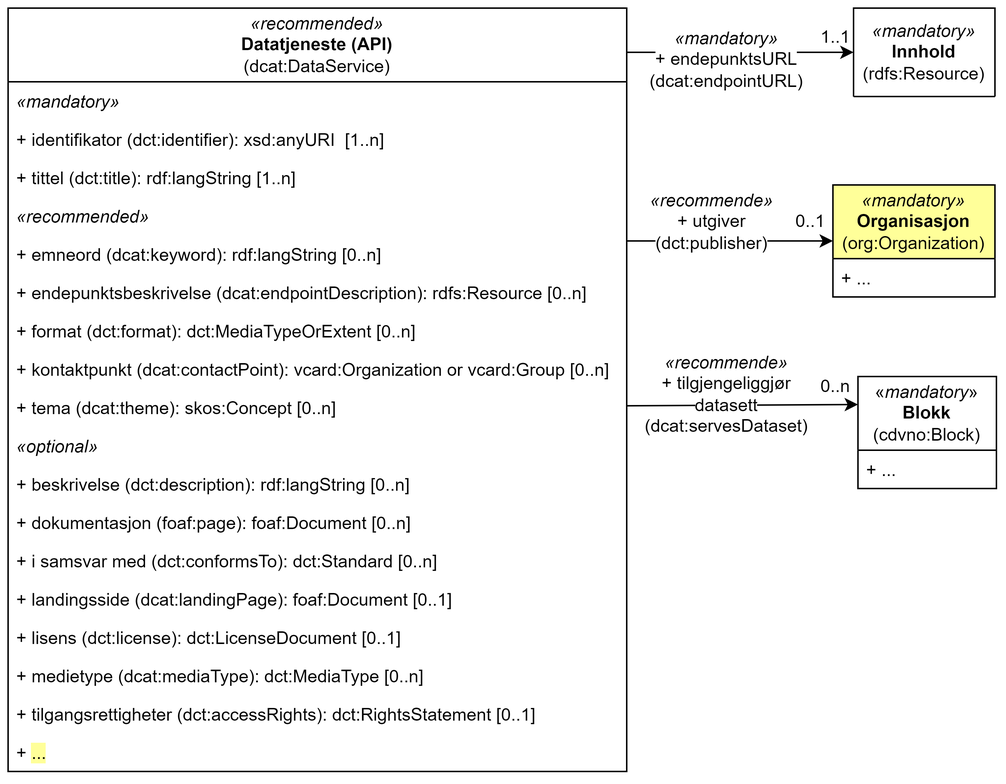
Informasjonsforvaltning/cdvno keeps this draw.io diagram as docs/images/cdvno-dataservice.png. Above is the earlier version. Source tidied: cells renumbered, new cells last; positions are measured from the earlier drawing's top-left corner, leaving out a move shared by most shapes. Its diagram source:
```xml
<mxGraphModel>
  <root>
    <mxCell id="0" />
    <mxCell id="1" parent="0" />
    <mxCell id="2" value="&lt;i style=&quot;border-color: var(--border-color);&quot;&gt;«mandatory»&lt;/i&gt;&lt;br style=&quot;border-color: var(--border-color);&quot;&gt;&lt;b style=&quot;border-color: var(--border-color);&quot;&gt;Innhold&lt;br style=&quot;border-color: var(--border-color);&quot;&gt;&lt;/b&gt;(rdfs:Resource)" style="swimlane;fontStyle=0;horizontal=1;startSize=80;fillColor=none;whiteSpace=wrap;html=1;" parent="1" vertex="1">
      <mxGeometry x="574" width="96" height="60" as="geometry" />
    </mxCell>
    <mxCell id="3" value="&lt;i style=&quot;border-color: var(--border-color);&quot;&gt;«recommended»&lt;/i&gt;&lt;br style=&quot;border-color: var(--border-color);&quot;&gt;&lt;b style=&quot;border-color: var(--border-color);&quot;&gt;Datatjeneste (API)&lt;br style=&quot;border-color: var(--border-color);&quot;&gt;&lt;/b&gt;(dcat:DataService)" style="swimlane;fontStyle=0;horizontal=1;startSize=50;fillColor=none;whiteSpace=wrap;html=1;" parent="1" vertex="1">
      <mxGeometry width="420" height="518" as="geometry" />
    </mxCell>
    <mxCell id="4" value="&lt;i&gt;«mandatory»&lt;/i&gt;" style="text;strokeColor=none;fillColor=none;align=left;verticalAlign=top;spacingLeft=4;spacingRight=4;overflow=hidden;whiteSpace=wrap;html=1;" parent="3" vertex="1">
      <mxGeometry y="50" width="420" height="26" as="geometry" />
    </mxCell>
    <mxCell id="5" value="+ identifikator (dct:identifier):&amp;nbsp;xsd:anyURI&amp;nbsp;&amp;nbsp;[1..n]" style="text;strokeColor=none;fillColor=none;align=left;verticalAlign=top;spacingLeft=4;spacingRight=4;overflow=hidden;whiteSpace=wrap;html=1;" parent="3" vertex="1">
      <mxGeometry y="76" width="420" height="26" as="geometry" />
    </mxCell>
    <mxCell id="6" value="+ tittel (dct:title):&amp;nbsp;rdf:langString [1..n]" style="text;strokeColor=none;fillColor=none;align=left;verticalAlign=top;spacingLeft=4;spacingRight=4;overflow=hidden;whiteSpace=wrap;html=1;" parent="3" vertex="1">
      <mxGeometry y="102" width="420" height="26" as="geometry" />
    </mxCell>
    <mxCell id="7" value="&lt;i&gt;«recommended»&lt;/i&gt;" style="text;strokeColor=none;fillColor=none;align=left;verticalAlign=top;spacingLeft=4;spacingRight=4;overflow=hidden;whiteSpace=wrap;html=1;" parent="3" vertex="1">
      <mxGeometry y="128" width="420" height="26" as="geometry" />
    </mxCell>
    <mxCell id="8" value="+ emneord (dcat:keyword): rdf:langString [0..n]" style="text;strokeColor=none;fillColor=none;align=left;verticalAlign=top;spacingLeft=4;spacingRight=4;overflow=hidden;points=[[0,0.5],[1,0.5]];portConstraint=eastwest;whiteSpace=wrap;html=1;" parent="3" vertex="1">
      <mxGeometry y="154" width="420" height="26" as="geometry" />
    </mxCell>
    <mxCell id="9" value="+ endepunktsbeskrivelse (dcat:endpointDescription): rdfs:Resource [0..n]" style="text;strokeColor=none;fillColor=none;align=left;verticalAlign=top;spacingLeft=4;spacingRight=4;overflow=hidden;whiteSpace=wrap;html=1;" parent="3" vertex="1">
      <mxGeometry y="180" width="420" height="26" as="geometry" />
    </mxCell>
    <mxCell id="10" value="+ format (dct:format): dct:MediaTypeOrExtent [0..n]" style="text;strokeColor=none;fillColor=none;align=left;verticalAlign=top;spacingLeft=4;spacingRight=4;overflow=hidden;whiteSpace=wrap;html=1;" parent="3" vertex="1">
      <mxGeometry y="206" width="420" height="26" as="geometry" />
    </mxCell>
    <mxCell id="11" value="+ kontaktpunkt (dcat:contactPoint): vcard:Organization or vcard:Group [0..n]" style="text;strokeColor=none;fillColor=none;align=left;verticalAlign=top;spacingLeft=4;spacingRight=4;overflow=hidden;whiteSpace=wrap;html=1;" parent="3" vertex="1">
      <mxGeometry y="232" width="420" height="26" as="geometry" />
    </mxCell>
    <mxCell id="12" value="+ tema (dcat:theme): skos:Concept [0..n]" style="text;strokeColor=none;fillColor=none;align=left;verticalAlign=top;spacingLeft=4;spacingRight=4;overflow=hidden;points=[[0,0.5],[1,0.5]];portConstraint=eastwest;whiteSpace=wrap;html=1;" parent="3" vertex="1">
      <mxGeometry y="258" width="420" height="26" as="geometry" />
    </mxCell>
    <mxCell id="13" value="&lt;i&gt;«optional»&lt;/i&gt;" style="text;strokeColor=none;fillColor=none;align=left;verticalAlign=top;spacingLeft=4;spacingRight=4;overflow=hidden;whiteSpace=wrap;html=1;" parent="3" vertex="1">
      <mxGeometry y="284" width="420" height="26" as="geometry" />
    </mxCell>
    <mxCell id="14" value="+ beskrivelse (dct:description): rdf:langString [0..n]" style="text;strokeColor=none;fillColor=none;align=left;verticalAlign=top;spacingLeft=4;spacingRight=4;overflow=hidden;whiteSpace=wrap;html=1;" parent="3" vertex="1">
      <mxGeometry y="310" width="420" height="26" as="geometry" />
    </mxCell>
    <mxCell id="15" value="+ dokumentasjon (foaf:page)&lt;span style=&quot;background-color: initial;&quot;&gt;: foaf:Document&amp;nbsp;[0..n]&lt;/span&gt;" style="text;strokeColor=none;fillColor=none;align=left;verticalAlign=top;spacingLeft=4;spacingRight=4;overflow=hidden;whiteSpace=wrap;html=1;" parent="3" vertex="1">
      <mxGeometry y="336" width="420" height="26" as="geometry" />
    </mxCell>
    <mxCell id="16" value="+&amp;nbsp;i samsvar med (dct:conformsTo)&lt;span style=&quot;background-color: initial;&quot;&gt;: dct:Standard&amp;nbsp;[0..n]&lt;/span&gt;" style="text;strokeColor=none;fillColor=none;align=left;verticalAlign=top;spacingLeft=4;spacingRight=4;overflow=hidden;whiteSpace=wrap;html=1;" parent="3" vertex="1">
      <mxGeometry y="362" width="420" height="26" as="geometry" />
    </mxCell>
    <mxCell id="17" value="+&amp;nbsp;landingsside (dcat:landingPage)&lt;span style=&quot;background-color: initial;&quot;&gt;: foaf:Document&amp;nbsp;[0..1]&lt;/span&gt;" style="text;strokeColor=none;fillColor=none;align=left;verticalAlign=top;spacingLeft=4;spacingRight=4;overflow=hidden;whiteSpace=wrap;html=1;" parent="3" vertex="1">
      <mxGeometry y="388" width="420" height="26" as="geometry" />
    </mxCell>
    <mxCell id="18" value="+&amp;nbsp;lisens (dct:license)&lt;span style=&quot;background-color: initial;&quot;&gt;: dct:LicenseDocument&amp;nbsp;[0..1]&lt;/span&gt;" style="text;strokeColor=none;fillColor=none;align=left;verticalAlign=top;spacingLeft=4;spacingRight=4;overflow=hidden;whiteSpace=wrap;html=1;" parent="3" vertex="1">
      <mxGeometry y="414" width="420" height="26" as="geometry" />
    </mxCell>
    <mxCell id="19" value="+&amp;nbsp;medietype (dcat:mediaType)&lt;span style=&quot;background-color: initial;&quot;&gt;: dct:MediaType&amp;nbsp;[0..n]&lt;/span&gt;" style="text;strokeColor=none;fillColor=none;align=left;verticalAlign=top;spacingLeft=4;spacingRight=4;overflow=hidden;whiteSpace=wrap;html=1;" parent="3" vertex="1">
      <mxGeometry y="440" width="420" height="26" as="geometry" />
    </mxCell>
    <mxCell id="20" value="+&amp;nbsp;tilgangsrettigheter (dct:accessRights)&lt;span style=&quot;background-color: initial;&quot;&gt;: dct:RightsStatement&amp;nbsp;[0..1]&lt;/span&gt;" style="text;strokeColor=none;fillColor=none;align=left;verticalAlign=top;spacingLeft=4;spacingRight=4;overflow=hidden;whiteSpace=wrap;html=1;" parent="3" vertex="1">
      <mxGeometry y="466" width="420" height="26" as="geometry" />
    </mxCell>
    <mxCell id="21" value="+ &lt;span style=&quot;background-color: rgb(255, 255, 153);&quot;&gt;...&lt;/span&gt;" style="text;strokeColor=none;fillColor=none;align=left;verticalAlign=top;spacingLeft=4;spacingRight=4;overflow=hidden;whiteSpace=wrap;html=1;" parent="3" vertex="1">
      <mxGeometry y="492" width="420" height="26" as="geometry" />
    </mxCell>
    <mxCell id="22" style="endArrow=classic;html=1;rounded=0;entryX=0;entryY=0.25;entryDx=0;entryDy=0;" parent="1" edge="1" source="12" target="27">
      <mxGeometry relative="1" as="geometry" />
    </mxCell>
    <mxCell id="23" value="&lt;span style=&quot;background-color: rgb(255, 255, 255);&quot;&gt;&lt;i style=&quot;border-color: var(--border-color);&quot;&gt;«recommende»&lt;br&gt;&lt;/i&gt;+ tilgjengeliggjør datasett&lt;br&gt;(dcat:servesDataset)&lt;/span&gt;" style="text;html=1;strokeColor=none;fillColor=none;align=center;verticalAlign=middle;whiteSpace=wrap;rounded=0;" parent="1" vertex="1">
      <mxGeometry x="430" y="247" width="116" height="30" as="geometry" />
    </mxCell>
    <mxCell id="24" style="endArrow=classic;html=1;rounded=0;entryX=0;entryY=0.5;entryDx=0;entryDy=0;" parent="1" edge="1" target="2">
      <mxGeometry relative="1" as="geometry">
        <mxPoint x="420" y="30" as="sourcePoint" />
      </mxGeometry>
    </mxCell>
    <mxCell id="25" value="&lt;span style=&quot;background-color: rgb(255, 255, 255);&quot;&gt;&lt;i style=&quot;border-color: var(--border-color);&quot;&gt;«mandatory»&lt;br&gt;&lt;/i&gt;+ endepunktsURL&lt;br&gt;(dcat:endpointURL)&lt;/span&gt;" style="text;html=1;strokeColor=none;fillColor=none;align=center;verticalAlign=middle;whiteSpace=wrap;rounded=0;" parent="1" vertex="1">
      <mxGeometry x="458" y="20" width="60" height="30" as="geometry" />
    </mxCell>
    <mxCell id="26" value="1..1" style="text;html=1;strokeColor=none;fillColor=none;align=center;verticalAlign=middle;whiteSpace=wrap;rounded=0;" parent="1" vertex="1">
      <mxGeometry x="550" y="10" width="24" height="20" as="geometry" />
    </mxCell>
    <mxCell id="27" value="«&lt;i&gt;mandatory&lt;/i&gt;»&lt;br&gt;&lt;b&gt;Blokk&lt;br&gt;&lt;/b&gt;(cdvno:Block)" style="swimlane;fontStyle=0;horizontal=1;startSize=50;fillColor=none;whiteSpace=wrap;html=1;" parent="1" vertex="1">
      <mxGeometry x="577" y="250" width="94" height="76" as="geometry" />
    </mxCell>
    <mxCell id="28" value="+ ..." style="text;strokeColor=none;fillColor=none;align=left;verticalAlign=top;spacingLeft=4;spacingRight=4;overflow=hidden;whiteSpace=wrap;html=1;" parent="27" vertex="1">
      <mxGeometry y="50" width="94" height="26" as="geometry" />
    </mxCell>
    <mxCell id="29" value="0..n" style="text;html=1;strokeColor=none;fillColor=none;align=center;verticalAlign=middle;whiteSpace=wrap;rounded=0;" parent="1" vertex="1">
      <mxGeometry x="550" y="247" width="24" height="20" as="geometry" />
    </mxCell>
    <mxCell id="30" value="&lt;i&gt;«mandatory»&lt;/i&gt;&lt;br&gt;&lt;b&gt;Organisasjon&lt;br&gt;&lt;/b&gt;(org:Organization)" style="swimlane;fontStyle=0;horizontal=1;startSize=50;fillColor=#FFFF99;whiteSpace=wrap;html=1;" parent="1" vertex="1">
      <mxGeometry x="560" y="120" width="110" height="76" as="geometry" />
    </mxCell>
    <mxCell id="31" value="+ ..." style="text;strokeColor=none;fillColor=none;align=left;verticalAlign=top;spacingLeft=4;spacingRight=4;overflow=hidden;whiteSpace=wrap;html=1;" parent="30" vertex="1">
      <mxGeometry y="50" width="110" height="26" as="geometry" />
    </mxCell>
    <mxCell id="32" style="endArrow=classic;html=1;rounded=0;entryX=0;entryY=0.5;entryDx=0;entryDy=0;exitX=1;exitY=0.154;exitDx=0;exitDy=0;exitPerimeter=0;" parent="1" edge="1" source="8" target="30">
      <mxGeometry relative="1" as="geometry" />
    </mxCell>
    <mxCell id="33" value="0..1" style="text;html=1;strokeColor=none;fillColor=none;align=center;verticalAlign=middle;whiteSpace=wrap;rounded=0;" parent="1" vertex="1">
      <mxGeometry x="530" y="135" width="30" height="20" as="geometry" />
    </mxCell>
    <mxCell id="34" value="&lt;span style=&quot;background-color: rgb(255, 255, 255);&quot;&gt;&lt;i style=&quot;border-color: var(--border-color);&quot;&gt;«recommende»&lt;br&gt;&lt;/i&gt;+ utgiver&lt;br&gt;(dct:publisher)&lt;/span&gt;" style="text;html=1;strokeColor=none;fillColor=none;align=center;verticalAlign=middle;whiteSpace=wrap;rounded=0;" parent="1" vertex="1">
      <mxGeometry x="420" y="130" width="116" height="30" as="geometry" />
    </mxCell>
  </root>
</mxGraphModel>
```
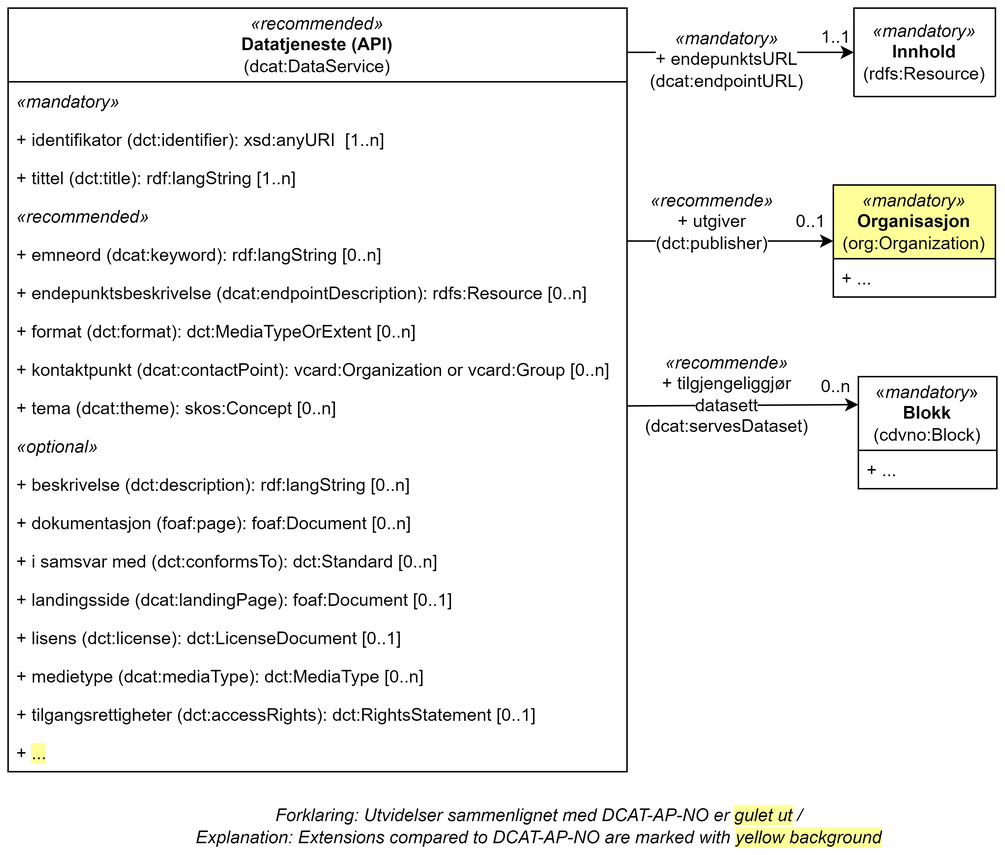
Later version of the same file.

What changed in the source:
```diff
@@ -103,5 +103,8 @@
     <mxCell id="34" value="&lt;span style=&quot;background-color: rgb(255, 255, 255);&quot;&gt;&lt;i style=&quot;border-color: var(--border-color);&quot;&gt;«recommende»&lt;br&gt;&lt;/i&gt;+ utgiver&lt;br&gt;(dct:publisher)&lt;/span&gt;" style="text;html=1;strokeColor=none;fillColor=none;align=center;verticalAlign=middle;whiteSpace=wrap;rounded=0;" parent="1" vertex="1">
       <mxGeometry x="420" y="130" width="116" height="30" as="geometry" />
     </mxCell>
+    <mxCell id="35" value="Forklaring: Utvidelser sammenlignet med DCAT-AP-NO er&amp;nbsp;&lt;span style=&quot;background-color: rgb(255, 255, 153);&quot;&gt;gulet ut&lt;/span&gt;&lt;span style=&quot;background-color: rgb(255 , 255 , 255)&quot;&gt;&amp;nbsp;/ &lt;br&gt;Explanation: Extensions compared to DCAT-AP-NO&amp;nbsp;are marked with&amp;nbsp;&lt;/span&gt;&lt;span style=&quot;background-color: rgb(255, 255, 153);&quot;&gt;yellow background&lt;/span&gt;" style="text;html=1;strokeColor=none;fillColor=none;align=center;verticalAlign=middle;whiteSpace=wrap;rounded=0;fontStyle=2;" parent="1" vertex="1">
+      <mxGeometry x="110" y="545" width="501" height="20" as="geometry" />
+    </mxCell>
   </root>
 </mxGraphModel>
```
